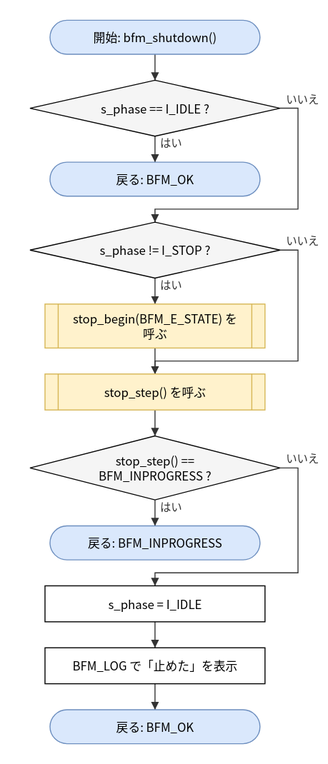
Earlier version of the draw.io export doc/spec/images/flow_src_bfm_core-bfm_shutdown.drawio.svg (hf355051012-ai/bfmem). Source tidied: cells renumbered, new cells last; positions are measured from the earlier drawing's top-left corner, leaving out a move shared by most shapes.
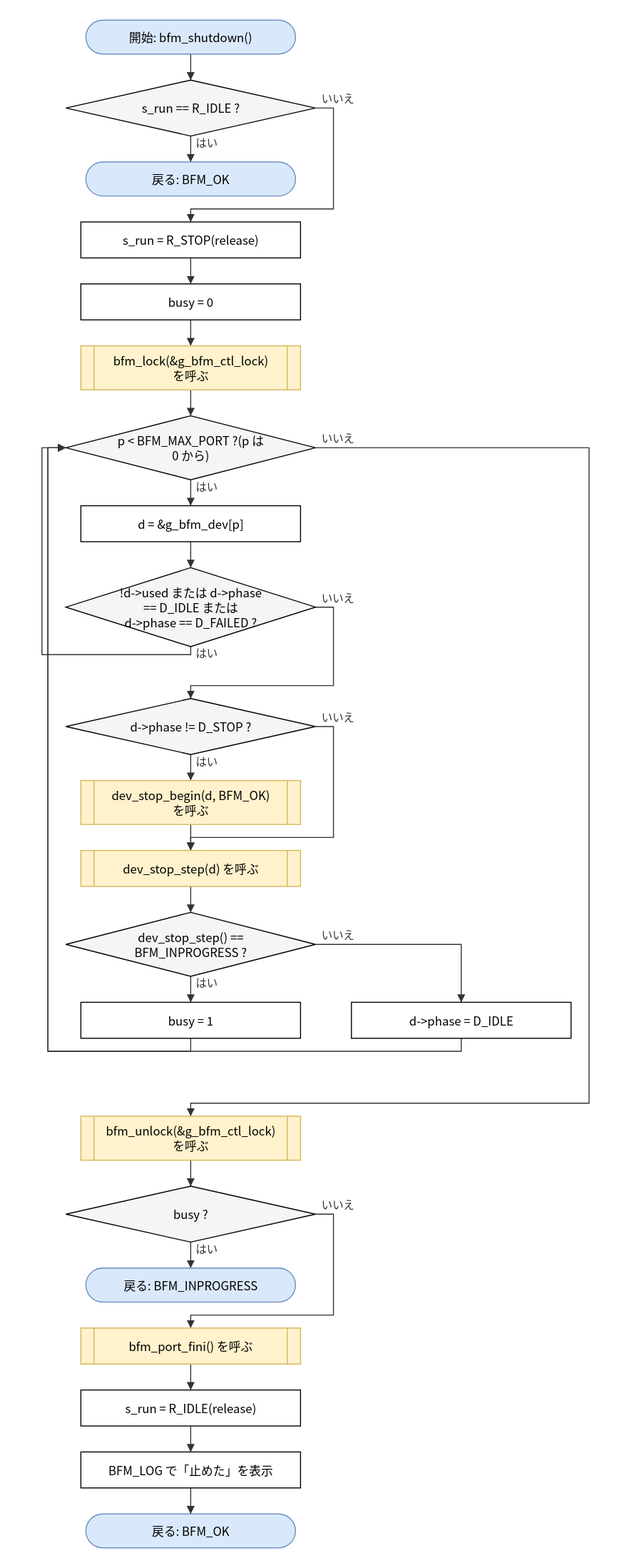
Later version of the same file.

Change to the diagram source:
```diff
@@ -3,38 +3,71 @@
     <mxCell id="0" />
     <mxCell id="1" parent="0" />
     <mxCell id="2" value="開始: bfm_shutdown()" style="rounded=1;arcSize=50;whiteSpace=wrap;html=1;fillColor=#dae8fc;strokeColor=#6c8ebf;" parent="1" vertex="1">
-      <mxGeometry x="20" width="210" height="34" as="geometry" />
+      <mxGeometry x="56" width="210" height="34" as="geometry" />
     </mxCell>
-    <mxCell id="3" value="s_phase == I_IDLE ?" style="rhombus;whiteSpace=wrap;html=1;fillColor=#f5f5f5;" parent="1" vertex="1">
-      <mxGeometry y="60" width="250" height="56" as="geometry" />
+    <mxCell id="3" value="s_run == R_IDLE ?" style="rhombus;whiteSpace=wrap;html=1;fillColor=#f5f5f5;" parent="1" vertex="1">
+      <mxGeometry x="36" y="60" width="250" height="56" as="geometry" />
     </mxCell>
     <mxCell id="4" value="戻る: BFM_OK" style="rounded=1;arcSize=50;whiteSpace=wrap;html=1;fillColor=#dae8fc;strokeColor=#6c8ebf;" parent="1" vertex="1">
-      <mxGeometry x="20" y="142" width="210" height="34" as="geometry" />
+      <mxGeometry x="56" y="142" width="210" height="34" as="geometry" />
     </mxCell>
-    <mxCell id="5" value="s_phase != I_STOP ?" style="rhombus;whiteSpace=wrap;html=1;fillColor=#f5f5f5;" parent="1" vertex="1">
-      <mxGeometry y="202" width="250" height="56" as="geometry" />
+    <mxCell id="5" value="s_run = R_STOP(release)" style="rounded=0;whiteSpace=wrap;html=1;" parent="1" vertex="1">
+      <mxGeometry x="51" y="202" width="220" height="36" as="geometry" />
     </mxCell>
-    <mxCell id="6" value="stop_begin(BFM_E_STATE) を&lt;br&gt;呼ぶ" style="shape=process;whiteSpace=wrap;html=1;backgroundOutline=1;size=0.06;fillColor=#fff2cc;strokeColor=#d6b656;" parent="1" vertex="1">
-      <mxGeometry x="15" y="284" width="220" height="44" as="geometry" />
+    <mxCell id="6" value="busy = 0" style="rounded=0;whiteSpace=wrap;html=1;" parent="1" vertex="1">
+      <mxGeometry x="51" y="264" width="220" height="36" as="geometry" />
     </mxCell>
-    <mxCell id="7" value="stop_step() を呼ぶ" style="shape=process;whiteSpace=wrap;html=1;backgroundOutline=1;size=0.06;fillColor=#fff2cc;strokeColor=#d6b656;" parent="1" vertex="1">
-      <mxGeometry x="15" y="354" width="220" height="36" as="geometry" />
+    <mxCell id="7" value="bfm_lock(&amp;amp;g_bfm_ctl_lock)&lt;br&gt;を呼ぶ" style="shape=process;whiteSpace=wrap;html=1;backgroundOutline=1;size=0.06;fillColor=#fff2cc;strokeColor=#d6b656;" parent="1" vertex="1">
+      <mxGeometry x="51" y="326" width="220" height="44" as="geometry" />
     </mxCell>
-    <mxCell id="8" value="stop_step() ==&lt;br&gt;BFM_INPROGRESS ?" style="rhombus;whiteSpace=wrap;html=1;fillColor=#f5f5f5;" parent="1" vertex="1">
-      <mxGeometry y="416" width="250" height="64" as="geometry" />
+    <mxCell id="8" value="p &amp;lt; BFM_MAX_PORT ?(p は&lt;br&gt;0 から)" style="rhombus;whiteSpace=wrap;html=1;fillColor=#f5f5f5;" parent="1" vertex="1">
+      <mxGeometry x="36" y="396" width="250" height="64" as="geometry" />
     </mxCell>
-    <mxCell id="9" value="戻る: BFM_INPROGRESS" style="rounded=1;arcSize=50;whiteSpace=wrap;html=1;fillColor=#dae8fc;strokeColor=#6c8ebf;" parent="1" vertex="1">
-      <mxGeometry x="20" y="506" width="210" height="34" as="geometry" />
+    <mxCell id="9" value="d = &amp;amp;g_bfm_dev[p]" style="rounded=0;whiteSpace=wrap;html=1;" parent="1" vertex="1">
+      <mxGeometry x="51" y="486" width="220" height="36" as="geometry" />
     </mxCell>
-    <mxCell id="10" value="s_phase = I_IDLE" style="rounded=0;whiteSpace=wrap;html=1;" parent="1" vertex="1">
-      <mxGeometry x="15" y="566" width="220" height="36" as="geometry" />
+    <mxCell id="10" value="!d-&amp;gt;used または d-&amp;gt;phase&lt;br&gt;== D_IDLE または&lt;br&gt;d-&amp;gt;phase == D_FAILED ?" style="rhombus;whiteSpace=wrap;html=1;fillColor=#f5f5f5;" parent="1" vertex="1">
+      <mxGeometry x="36" y="548" width="250" height="79" as="geometry" />
     </mxCell>
-    <mxCell id="11" value="BFM_LOG で「止めた」を表示" style="rounded=0;whiteSpace=wrap;html=1;" parent="1" vertex="1">
-      <mxGeometry x="15" y="628" width="220" height="36" as="geometry" />
+    <mxCell id="11" value="d-&amp;gt;phase != D_STOP ?" style="rhombus;whiteSpace=wrap;html=1;fillColor=#f5f5f5;" parent="1" vertex="1">
+      <mxGeometry x="36" y="679" width="250" height="56" as="geometry" />
     </mxCell>
-    <mxCell id="12" value="戻る: BFM_OK" style="rounded=1;arcSize=50;whiteSpace=wrap;html=1;fillColor=#dae8fc;strokeColor=#6c8ebf;" parent="1" vertex="1">
-      <mxGeometry x="20" y="690" width="210" height="34" as="geometry" />
+    <mxCell id="12" value="dev_stop_begin(d, BFM_OK)&lt;br&gt;を呼ぶ" style="shape=process;whiteSpace=wrap;html=1;backgroundOutline=1;size=0.06;fillColor=#fff2cc;strokeColor=#d6b656;" parent="1" vertex="1">
+      <mxGeometry x="51" y="761" width="220" height="44" as="geometry" />
     </mxCell>
+    <mxCell id="24" value="dev_stop_step(d) を呼ぶ" style="shape=process;whiteSpace=wrap;html=1;backgroundOutline=1;size=0.06;fillColor=#fff2cc;strokeColor=#d6b656;" parent="1" vertex="1">
+      <mxGeometry x="51" y="831" width="220" height="36" as="geometry" />
+    </mxCell>
+    <mxCell id="25" value="dev_stop_step() ==&lt;br&gt;BFM_INPROGRESS ?" style="rhombus;whiteSpace=wrap;html=1;fillColor=#f5f5f5;" parent="1" vertex="1">
+      <mxGeometry x="36" y="893" width="250" height="64" as="geometry" />
+    </mxCell>
+    <mxCell id="26" value="busy = 1" style="rounded=0;whiteSpace=wrap;html=1;" parent="1" vertex="1">
+      <mxGeometry x="51" y="983" width="220" height="36" as="geometry" />
+    </mxCell>
+    <mxCell id="27" value="d-&amp;gt;phase = D_IDLE" style="rounded=0;whiteSpace=wrap;html=1;" parent="1" vertex="1">
+      <mxGeometry x="322" y="983" width="220" height="36" as="geometry" />
+    </mxCell>
+    <mxCell id="28" value="bfm_unlock(&amp;amp;g_bfm_ctl_lock)&lt;br&gt;を呼ぶ" style="shape=process;whiteSpace=wrap;html=1;backgroundOutline=1;size=0.06;fillColor=#fff2cc;strokeColor=#d6b656;" parent="1" vertex="1">
+      <mxGeometry x="51" y="1097" width="220" height="44" as="geometry" />
+    </mxCell>
+    <mxCell id="29" value="busy ?" style="rhombus;whiteSpace=wrap;html=1;fillColor=#f5f5f5;" parent="1" vertex="1">
+      <mxGeometry x="36" y="1167" width="250" height="56" as="geometry" />
+    </mxCell>
+    <mxCell id="30" value="戻る: BFM_INPROGRESS" style="rounded=1;arcSize=50;whiteSpace=wrap;html=1;fillColor=#dae8fc;strokeColor=#6c8ebf;" parent="1" vertex="1">
+      <mxGeometry x="56" y="1249" width="210" height="34" as="geometry" />
+    </mxCell>
+    <mxCell id="31" value="bfm_port_fini() を呼ぶ" style="shape=process;whiteSpace=wrap;html=1;backgroundOutline=1;size=0.06;fillColor=#fff2cc;strokeColor=#d6b656;" parent="1" vertex="1">
+      <mxGeometry x="51" y="1309" width="220" height="36" as="geometry" />
+    </mxCell>
+    <mxCell id="32" value="s_run = R_IDLE(release)" style="rounded=0;whiteSpace=wrap;html=1;" parent="1" vertex="1">
+      <mxGeometry x="51" y="1371" width="220" height="36" as="geometry" />
+    </mxCell>
+    <mxCell id="33" value="BFM_LOG で「止めた」を表示" style="rounded=0;whiteSpace=wrap;html=1;" parent="1" vertex="1">
+      <mxGeometry x="51" y="1433" width="220" height="36" as="geometry" />
+    </mxCell>
+    <mxCell id="34" value="戻る: BFM_OK" style="rounded=1;arcSize=50;whiteSpace=wrap;html=1;fillColor=#dae8fc;strokeColor=#6c8ebf;" parent="1" vertex="1">
+      <mxGeometry x="56" y="1495" width="210" height="34" as="geometry" />
+    </mxCell>
     <mxCell id="13" style="edgeStyle=none;html=1;rounded=0;endArrow=block;endFill=1;exitX=0.5000;exitY=1.0000;exitDx=0;exitDy=0;exitPerimeter=0;entryX=0.5000;entryY=0.0000;entryDx=0;entryDy=0;entryPerimeter=0;" parent="1" edge="1" source="2" target="3">
       <mxGeometry relative="1" as="geometry" />
     </mxCell>
@@ -44,47 +77,123 @@
     <mxCell id="15" value="いいえ" style="edgeStyle=none;html=1;rounded=0;endArrow=block;endFill=1;exitX=1.0000;exitY=0.5000;exitDx=0;exitDy=0;exitPerimeter=0;entryX=0.5000;entryY=0.0000;entryDx=0;entryDy=0;entryPerimeter=0;" parent="1" edge="1" source="3" target="5">
       <mxGeometry relative="1" as="geometry">
         <Array as="points">
-          <mxPoint x="268" y="88" />
-          <mxPoint x="268" y="189" />
-          <mxPoint x="125" y="189" />
+          <mxPoint x="304" y="88" />
+          <mxPoint x="304" y="189" />
+          <mxPoint x="161" y="189" />
         </Array>
       </mxGeometry>
     </mxCell>
-    <mxCell id="16" value="はい" style="edgeStyle=none;html=1;rounded=0;endArrow=block;endFill=1;exitX=0.5000;exitY=1.0000;exitDx=0;exitDy=0;exitPerimeter=0;entryX=0.5000;entryY=0.0000;entryDx=0;entryDy=0;entryPerimeter=0;" parent="1" edge="1" source="5" target="6">
+    <mxCell id="16" style="edgeStyle=none;html=1;rounded=0;endArrow=block;endFill=1;exitX=0.5000;exitY=1.0000;exitDx=0;exitDy=0;exitPerimeter=0;entryX=0.5000;entryY=0.0000;entryDx=0;entryDy=0;entryPerimeter=0;" parent="1" edge="1" source="5" target="6">
       <mxGeometry relative="1" as="geometry" />
     </mxCell>
     <mxCell id="17" style="edgeStyle=none;html=1;rounded=0;endArrow=block;endFill=1;exitX=0.5000;exitY=1.0000;exitDx=0;exitDy=0;exitPerimeter=0;entryX=0.5000;entryY=0.0000;entryDx=0;entryDy=0;entryPerimeter=0;" parent="1" edge="1" source="6" target="7">
       <mxGeometry relative="1" as="geometry" />
     </mxCell>
-    <mxCell id="18" value="いいえ" style="edgeStyle=none;html=1;rounded=0;endArrow=block;endFill=1;exitX=1.0000;exitY=0.5000;exitDx=0;exitDy=0;exitPerimeter=0;entryX=0.5000;entryY=0.0000;entryDx=0;entryDy=0;entryPerimeter=0;" parent="1" edge="1" source="5" target="7">
-      <mxGeometry relative="1" as="geometry">
-        <Array as="points">
-          <mxPoint x="268" y="230" />
-          <mxPoint x="268" y="341" />
-          <mxPoint x="125" y="341" />
-        </Array>
-      </mxGeometry>
+    <mxCell id="18" style="edgeStyle=none;html=1;rounded=0;endArrow=block;endFill=1;exitX=0.5000;exitY=1.0000;exitDx=0;exitDy=0;exitPerimeter=0;entryX=0.5000;entryY=0.0000;entryDx=0;entryDy=0;entryPerimeter=0;" parent="1" edge="1" source="7" target="8">
+      <mxGeometry relative="1" as="geometry" />
     </mxCell>
-    <mxCell id="19" style="edgeStyle=none;html=1;rounded=0;endArrow=block;endFill=1;exitX=0.5000;exitY=1.0000;exitDx=0;exitDy=0;exitPerimeter=0;entryX=0.5000;entryY=0.0000;entryDx=0;entryDy=0;entryPerimeter=0;" parent="1" edge="1" source="7" target="8">
+    <mxCell id="19" value="はい" style="edgeStyle=none;html=1;rounded=0;endArrow=block;endFill=1;exitX=0.5000;exitY=1.0000;exitDx=0;exitDy=0;exitPerimeter=0;entryX=0.5000;entryY=0.0000;entryDx=0;entryDy=0;entryPerimeter=0;" parent="1" edge="1" source="8" target="9">
       <mxGeometry relative="1" as="geometry" />
     </mxCell>
-    <mxCell id="20" value="はい" style="edgeStyle=none;html=1;rounded=0;endArrow=block;endFill=1;exitX=0.5000;exitY=1.0000;exitDx=0;exitDy=0;exitPerimeter=0;entryX=0.5000;entryY=0.0000;entryDx=0;entryDy=0;entryPerimeter=0;" parent="1" edge="1" source="8" target="9">
+    <mxCell id="20" style="edgeStyle=none;html=1;rounded=0;endArrow=block;endFill=1;exitX=0.5000;exitY=1.0000;exitDx=0;exitDy=0;exitPerimeter=0;entryX=0.5000;entryY=0.0000;entryDx=0;entryDy=0;entryPerimeter=0;" parent="1" edge="1" source="9" target="10">
       <mxGeometry relative="1" as="geometry" />
     </mxCell>
-    <mxCell id="21" value="いいえ" style="edgeStyle=none;html=1;rounded=0;endArrow=block;endFill=1;exitX=1.0000;exitY=0.5000;exitDx=0;exitDy=0;exitPerimeter=0;entryX=0.5000;entryY=0.0000;entryDx=0;entryDy=0;entryPerimeter=0;" parent="1" edge="1" source="8" target="10">
+    <mxCell id="21" value="いいえ" style="edgeStyle=none;html=1;rounded=0;endArrow=block;endFill=1;exitX=1.0000;exitY=0.5000;exitDx=0;exitDy=0;exitPerimeter=0;entryX=0.5000;entryY=0.0000;entryDx=0;entryDy=0;entryPerimeter=0;" parent="1" edge="1" source="10" target="11">
       <mxGeometry relative="1" as="geometry">
         <Array as="points">
-          <mxPoint x="268" y="448" />
-          <mxPoint x="268" y="553" />
-          <mxPoint x="125" y="553" />
+          <mxPoint x="304" y="587.5" />
+          <mxPoint x="304" y="666" />
+          <mxPoint x="161" y="666" />
         </Array>
       </mxGeometry>
     </mxCell>
-    <mxCell id="22" style="edgeStyle=none;html=1;rounded=0;endArrow=block;endFill=1;exitX=0.5000;exitY=1.0000;exitDx=0;exitDy=0;exitPerimeter=0;entryX=0.5000;entryY=0.0000;entryDx=0;entryDy=0;entryPerimeter=0;" parent="1" edge="1" source="10" target="11">
+    <mxCell id="22" value="はい" style="edgeStyle=none;html=1;rounded=0;endArrow=block;endFill=1;exitX=0.5000;exitY=1.0000;exitDx=0;exitDy=0;exitPerimeter=0;entryX=0.5000;entryY=0.0000;entryDx=0;entryDy=0;entryPerimeter=0;" parent="1" edge="1" source="11" target="12">
       <mxGeometry relative="1" as="geometry" />
     </mxCell>
-    <mxCell id="23" style="edgeStyle=none;html=1;rounded=0;endArrow=block;endFill=1;exitX=0.5000;exitY=1.0000;exitDx=0;exitDy=0;exitPerimeter=0;entryX=0.5000;entryY=0.0000;entryDx=0;entryDy=0;entryPerimeter=0;" parent="1" edge="1" source="11" target="12">
+    <mxCell id="23" style="edgeStyle=none;html=1;rounded=0;endArrow=block;endFill=1;exitX=0.5000;exitY=1.0000;exitDx=0;exitDy=0;exitPerimeter=0;entryX=0.5000;entryY=0.0000;entryDx=0;entryDy=0;entryPerimeter=0;" parent="1" edge="1" source="12" target="24">
       <mxGeometry relative="1" as="geometry" />
     </mxCell>
+    <mxCell id="35" value="いいえ" style="edgeStyle=none;html=1;rounded=0;endArrow=block;endFill=1;exitX=1.0000;exitY=0.5000;exitDx=0;exitDy=0;exitPerimeter=0;entryX=0.5000;entryY=0.0000;entryDx=0;entryDy=0;entryPerimeter=0;" parent="1" edge="1" source="11" target="24">
+      <mxGeometry relative="1" as="geometry">
+        <Array as="points">
+          <mxPoint x="304" y="707" />
+          <mxPoint x="304" y="818" />
+          <mxPoint x="161" y="818" />
+        </Array>
+      </mxGeometry>
+    </mxCell>
+    <mxCell id="36" style="edgeStyle=none;html=1;rounded=0;endArrow=block;endFill=1;exitX=0.5000;exitY=1.0000;exitDx=0;exitDy=0;exitPerimeter=0;entryX=0.5000;entryY=0.0000;entryDx=0;entryDy=0;entryPerimeter=0;" parent="1" edge="1" source="24" target="25">
+      <mxGeometry relative="1" as="geometry" />
+    </mxCell>
+    <mxCell id="37" value="はい" style="edgeStyle=none;html=1;rounded=0;endArrow=block;endFill=1;exitX=0.5000;exitY=1.0000;exitDx=0;exitDy=0;exitPerimeter=0;entryX=0.5000;entryY=0.0000;entryDx=0;entryDy=0;entryPerimeter=0;" parent="1" edge="1" source="25" target="26">
+      <mxGeometry relative="1" as="geometry" />
+    </mxCell>
+    <mxCell id="38" value="いいえ" style="edgeStyle=none;html=1;rounded=0;endArrow=block;endFill=1;exitX=1.0000;exitY=0.5000;exitDx=0;exitDy=0;exitPerimeter=0;entryX=0.5000;entryY=0.0000;entryDx=0;entryDy=0;entryPerimeter=0;" parent="1" edge="1" source="25" target="27">
+      <mxGeometry relative="1" as="geometry">
+        <Array as="points">
+          <mxPoint x="432" y="925" />
+        </Array>
+      </mxGeometry>
+    </mxCell>
+    <mxCell id="39" style="edgeStyle=none;html=1;rounded=0;endArrow=block;endFill=1;exitX=0.5000;exitY=1.0000;exitDx=0;exitDy=0;exitPerimeter=0;entryX=0.0000;entryY=0.5000;entryDx=0;entryDy=0;entryPerimeter=0;" parent="1" edge="1" source="26" target="8">
+      <mxGeometry relative="1" as="geometry">
+        <Array as="points">
+          <mxPoint x="161" y="1032" />
+          <mxPoint x="18" y="1032" />
+          <mxPoint x="18" y="428" />
+        </Array>
+      </mxGeometry>
+    </mxCell>
+    <mxCell id="40" style="edgeStyle=none;html=1;rounded=0;endArrow=block;endFill=1;exitX=0.5000;exitY=1.0000;exitDx=0;exitDy=0;exitPerimeter=0;entryX=0.0000;entryY=0.5000;entryDx=0;entryDy=0;entryPerimeter=0;" parent="1" edge="1" source="27" target="8">
+      <mxGeometry relative="1" as="geometry">
+        <Array as="points">
+          <mxPoint x="432" y="1032" />
+          <mxPoint x="18" y="1032" />
+          <mxPoint x="18" y="428" />
+        </Array>
+      </mxGeometry>
+    </mxCell>
+    <mxCell id="41" value="はい" style="edgeStyle=none;html=1;rounded=0;endArrow=block;endFill=1;exitX=0.5000;exitY=1.0000;exitDx=0;exitDy=0;exitPerimeter=0;entryX=0.0000;entryY=0.5000;entryDx=0;entryDy=0;entryPerimeter=0;" parent="1" edge="1" source="10" target="8">
+      <mxGeometry relative="1" as="geometry">
+        <Array as="points">
+          <mxPoint x="161" y="635" />
+          <mxPoint x="12" y="635" />
+          <mxPoint x="12" y="428" />
+        </Array>
+      </mxGeometry>
+    </mxCell>
+    <mxCell id="42" value="いいえ" style="edgeStyle=none;html=1;rounded=0;endArrow=block;endFill=1;exitX=1.0000;exitY=0.5000;exitDx=0;exitDy=0;exitPerimeter=0;entryX=0.5000;entryY=0.0000;entryDx=0;entryDy=0;entryPerimeter=0;" parent="1" edge="1" source="8" target="28">
+      <mxGeometry relative="1" as="geometry">
+        <Array as="points">
+          <mxPoint x="560" y="428" />
+          <mxPoint x="560" y="1084" />
+          <mxPoint x="161" y="1084" />
+        </Array>
+      </mxGeometry>
+    </mxCell>
+    <mxCell id="43" style="edgeStyle=none;html=1;rounded=0;endArrow=block;endFill=1;exitX=0.5000;exitY=1.0000;exitDx=0;exitDy=0;exitPerimeter=0;entryX=0.5000;entryY=0.0000;entryDx=0;entryDy=0;entryPerimeter=0;" parent="1" edge="1" source="28" target="29">
+      <mxGeometry relative="1" as="geometry" />
+    </mxCell>
+    <mxCell id="44" value="はい" style="edgeStyle=none;html=1;rounded=0;endArrow=block;endFill=1;exitX=0.5000;exitY=1.0000;exitDx=0;exitDy=0;exitPerimeter=0;entryX=0.5000;entryY=0.0000;entryDx=0;entryDy=0;entryPerimeter=0;" parent="1" edge="1" source="29" target="30">
+      <mxGeometry relative="1" as="geometry" />
+    </mxCell>
+    <mxCell id="45" value="いいえ" style="edgeStyle=none;html=1;rounded=0;endArrow=block;endFill=1;exitX=1.0000;exitY=0.5000;exitDx=0;exitDy=0;exitPerimeter=0;entryX=0.5000;entryY=0.0000;entryDx=0;entryDy=0;entryPerimeter=0;" parent="1" edge="1" source="29" target="31">
+      <mxGeometry relative="1" as="geometry">
+        <Array as="points">
+          <mxPoint x="304" y="1195" />
+          <mxPoint x="304" y="1296" />
+          <mxPoint x="161" y="1296" />
+        </Array>
+      </mxGeometry>
+    </mxCell>
+    <mxCell id="46" style="edgeStyle=none;html=1;rounded=0;endArrow=block;endFill=1;exitX=0.5000;exitY=1.0000;exitDx=0;exitDy=0;exitPerimeter=0;entryX=0.5000;entryY=0.0000;entryDx=0;entryDy=0;entryPerimeter=0;" parent="1" edge="1" source="31" target="32">
+      <mxGeometry relative="1" as="geometry" />
+    </mxCell>
+    <mxCell id="47" style="edgeStyle=none;html=1;rounded=0;endArrow=block;endFill=1;exitX=0.5000;exitY=1.0000;exitDx=0;exitDy=0;exitPerimeter=0;entryX=0.5000;entryY=0.0000;entryDx=0;entryDy=0;entryPerimeter=0;" parent="1" edge="1" source="32" target="33">
+      <mxGeometry relative="1" as="geometry" />
+    </mxCell>
+    <mxCell id="48" style="edgeStyle=none;html=1;rounded=0;endArrow=block;endFill=1;exitX=0.5000;exitY=1.0000;exitDx=0;exitDy=0;exitPerimeter=0;entryX=0.5000;entryY=0.0000;entryDx=0;entryDy=0;entryPerimeter=0;" parent="1" edge="1" source="33" target="34">
+      <mxGeometry relative="1" as="geometry" />
+    </mxCell>
   </root>
 </mxGraphModel>
```
